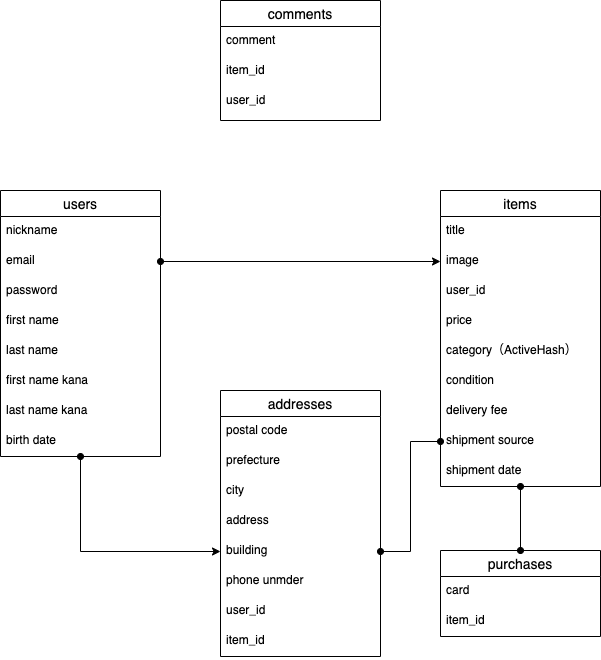
This is DBER.drawio.png from yasumasa-dev/furima-31136, a draw.io export, as it was before one commit. Source tidied: cells renumbered, new cells last; positions are measured from the earlier drawing's top-left corner, leaving out a move shared by most shapes. Source of this version:
```xml
<mxGraphModel>
  <root>
    <mxCell id="0" />
    <mxCell id="1" parent="0" />
    <mxCell id="2" value="purchases" style="swimlane;fontStyle=0;horizontal=1;startSize=26;align=center;fontSize=14;" parent="1" vertex="1">
      <mxGeometry x="440" y="550" width="160" height="86" as="geometry" />
    </mxCell>
    <mxCell id="3" value="card" style="text;strokeColor=none;fillColor=none;spacingLeft=4;spacingRight=4;overflow=hidden;fontSize=12;" parent="2" vertex="1">
      <mxGeometry y="26" width="160" height="30" as="geometry" />
    </mxCell>
    <mxCell id="4" value="item_id" style="text;strokeColor=none;fillColor=none;spacingLeft=4;spacingRight=4;overflow=hidden;fontSize=12;" parent="2" vertex="1">
      <mxGeometry y="56" width="160" height="30" as="geometry" />
    </mxCell>
    <mxCell id="5" style="edgeStyle=orthogonalEdgeStyle;rounded=0;jettySize=auto;html=1;entryX=0.5;entryY=0;entryDx=0;entryDy=0;endArrow=oval;endFill=1;startArrow=oval;startFill=1;" parent="1" edge="1" source="6" target="2">
      <mxGeometry relative="1" as="geometry" />
    </mxCell>
    <mxCell id="6" value="items" style="swimlane;fontStyle=0;horizontal=1;startSize=26;align=center;fontSize=14;" parent="1" vertex="1">
      <mxGeometry x="440" y="190" width="160" height="296" as="geometry" />
    </mxCell>
    <mxCell id="7" value="title" style="text;strokeColor=none;fillColor=none;spacingLeft=4;spacingRight=4;overflow=hidden;points=[[0,0.5],[1,0.5]];portConstraint=eastwest;fontSize=12;" parent="6" vertex="1">
      <mxGeometry y="26" width="160" height="30" as="geometry" />
    </mxCell>
    <mxCell id="8" value="image" style="text;strokeColor=none;fillColor=none;spacingLeft=4;spacingRight=4;overflow=hidden;points=[[0,0.5],[1,0.5]];portConstraint=eastwest;fontSize=12;" parent="6" vertex="1">
      <mxGeometry y="56" width="160" height="30" as="geometry" />
    </mxCell>
    <mxCell id="9" value="user_id" style="text;strokeColor=none;fillColor=none;spacingLeft=4;spacingRight=4;overflow=hidden;points=[[0,0.5],[1,0.5]];portConstraint=eastwest;fontSize=12;" parent="6" vertex="1">
      <mxGeometry y="86" width="160" height="30" as="geometry" />
    </mxCell>
    <mxCell id="10" value="price" style="text;strokeColor=none;fillColor=none;spacingLeft=4;spacingRight=4;overflow=hidden;fontSize=12;" parent="6" vertex="1">
      <mxGeometry y="116" width="160" height="30" as="geometry" />
    </mxCell>
    <mxCell id="11" value="category（ActiveHash）" style="text;strokeColor=none;fillColor=none;spacingLeft=4;spacingRight=4;overflow=hidden;fontSize=12;" parent="6" vertex="1">
      <mxGeometry y="146" width="160" height="30" as="geometry" />
    </mxCell>
    <mxCell id="12" value="condition" style="text;strokeColor=none;fillColor=none;spacingLeft=4;spacingRight=4;overflow=hidden;fontSize=12;" parent="6" vertex="1">
      <mxGeometry y="176" width="160" height="30" as="geometry" />
    </mxCell>
    <mxCell id="13" value="delivery fee" style="text;strokeColor=none;fillColor=none;spacingLeft=4;spacingRight=4;overflow=hidden;fontSize=12;" parent="6" vertex="1">
      <mxGeometry y="206" width="160" height="30" as="geometry" />
    </mxCell>
    <mxCell id="14" value="shipment source" style="text;strokeColor=none;fillColor=none;spacingLeft=4;spacingRight=4;overflow=hidden;points=[[0,0.5],[1,0.5]];portConstraint=eastwest;fontSize=12;" parent="6" vertex="1">
      <mxGeometry y="236" width="160" height="30" as="geometry" />
    </mxCell>
    <mxCell id="15" value="shipment date" style="text;strokeColor=none;fillColor=none;spacingLeft=4;spacingRight=4;overflow=hidden;fontSize=12;" parent="6" vertex="1">
      <mxGeometry y="266" width="160" height="30" as="geometry" />
    </mxCell>
    <mxCell id="16" style="edgeStyle=orthogonalEdgeStyle;rounded=0;jettySize=auto;html=1;entryX=0;entryY=0.5;entryDx=0;entryDy=0;startArrow=oval;startFill=1;" parent="1" edge="1" source="17" target="31">
      <mxGeometry relative="1" as="geometry" />
    </mxCell>
    <mxCell id="17" value="users" style="swimlane;fontStyle=0;horizontal=1;startSize=26;align=center;fontSize=14;" parent="1" vertex="1">
      <mxGeometry y="190" width="160" height="266" as="geometry" />
    </mxCell>
    <mxCell id="18" value="nickname" style="text;strokeColor=none;fillColor=none;spacingLeft=4;spacingRight=4;overflow=hidden;points=[[0,0.5],[1,0.5]];portConstraint=eastwest;fontSize=12;" parent="17" vertex="1">
      <mxGeometry y="26" width="160" height="30" as="geometry" />
    </mxCell>
    <mxCell id="19" value="email" style="text;strokeColor=none;fillColor=none;spacingLeft=4;spacingRight=4;overflow=hidden;points=[[0,0.5],[1,0.5]];portConstraint=eastwest;fontSize=12;" parent="17" vertex="1">
      <mxGeometry y="56" width="160" height="30" as="geometry" />
    </mxCell>
    <mxCell id="20" value="password" style="text;strokeColor=none;fillColor=none;spacingLeft=4;spacingRight=4;overflow=hidden;points=[[0,0.5],[1,0.5]];portConstraint=eastwest;fontSize=12;" parent="17" vertex="1">
      <mxGeometry y="86" width="160" height="30" as="geometry" />
    </mxCell>
    <mxCell id="21" value="first name" style="text;strokeColor=none;fillColor=none;spacingLeft=4;spacingRight=4;overflow=hidden;fontSize=12;" parent="17" vertex="1">
      <mxGeometry y="116" width="160" height="30" as="geometry" />
    </mxCell>
    <mxCell id="22" value="last name" style="text;strokeColor=none;fillColor=none;spacingLeft=4;spacingRight=4;overflow=hidden;fontSize=12;" parent="17" vertex="1">
      <mxGeometry y="146" width="160" height="30" as="geometry" />
    </mxCell>
    <mxCell id="23" value="first name kana" style="text;strokeColor=none;fillColor=none;spacingLeft=4;spacingRight=4;overflow=hidden;fontSize=12;fontStyle=0;" parent="17" vertex="1">
      <mxGeometry y="176" width="160" height="30" as="geometry" />
    </mxCell>
    <mxCell id="24" value="last name kana" style="text;strokeColor=none;fillColor=none;spacingLeft=4;spacingRight=4;overflow=hidden;fontSize=12;" parent="17" vertex="1">
      <mxGeometry y="206" width="160" height="30" as="geometry" />
    </mxCell>
    <mxCell id="25" value="birth date" style="text;strokeColor=none;fillColor=none;spacingLeft=4;spacingRight=4;overflow=hidden;fontSize=12;" parent="17" vertex="1">
      <mxGeometry y="236" width="160" height="30" as="geometry" />
    </mxCell>
    <mxCell id="26" value="addresses" style="swimlane;fontStyle=0;horizontal=1;startSize=26;align=center;fontSize=14;" parent="1" vertex="1">
      <mxGeometry x="220" y="390" width="160" height="266" as="geometry" />
    </mxCell>
    <mxCell id="27" value="postal code" style="text;strokeColor=none;fillColor=none;spacingLeft=4;spacingRight=4;overflow=hidden;fontSize=12;" parent="26" vertex="1">
      <mxGeometry y="26" width="160" height="30" as="geometry" />
    </mxCell>
    <mxCell id="28" value="prefecture" style="text;strokeColor=none;fillColor=none;spacingLeft=4;spacingRight=4;overflow=hidden;fontSize=12;" parent="26" vertex="1">
      <mxGeometry y="56" width="160" height="30" as="geometry" />
    </mxCell>
    <mxCell id="29" value="city" style="text;strokeColor=none;fillColor=none;spacingLeft=4;spacingRight=4;overflow=hidden;fontSize=12;" parent="26" vertex="1">
      <mxGeometry y="86" width="160" height="30" as="geometry" />
    </mxCell>
    <mxCell id="30" value="address" style="text;strokeColor=none;fillColor=none;spacingLeft=4;spacingRight=4;overflow=hidden;fontSize=12;" parent="26" vertex="1">
      <mxGeometry y="116" width="160" height="30" as="geometry" />
    </mxCell>
    <mxCell id="31" value="building" style="text;strokeColor=none;fillColor=none;spacingLeft=4;spacingRight=4;overflow=hidden;points=[[0,0.5],[1,0.5]];portConstraint=eastwest;fontSize=12;" parent="26" vertex="1">
      <mxGeometry y="146" width="160" height="30" as="geometry" />
    </mxCell>
    <mxCell id="32" value="phone unmder" style="text;strokeColor=none;fillColor=none;spacingLeft=4;spacingRight=4;overflow=hidden;fontSize=12;" parent="26" vertex="1">
      <mxGeometry y="176" width="160" height="30" as="geometry" />
    </mxCell>
    <mxCell id="33" value="user_id" style="text;strokeColor=none;fillColor=none;spacingLeft=4;spacingRight=4;overflow=hidden;fontSize=12;" parent="26" vertex="1">
      <mxGeometry y="206" width="160" height="30" as="geometry" />
    </mxCell>
    <mxCell id="34" value="item_id" style="text;strokeColor=none;fillColor=none;spacingLeft=4;spacingRight=4;overflow=hidden;fontSize=12;" parent="26" vertex="1">
      <mxGeometry y="236" width="160" height="30" as="geometry" />
    </mxCell>
    <mxCell id="35" value="comments" style="swimlane;fontStyle=0;horizontal=1;startSize=26;align=center;fontSize=14;" parent="1" vertex="1">
      <mxGeometry x="220" width="160" height="120" as="geometry" />
    </mxCell>
    <mxCell id="36" value="comment" style="text;strokeColor=none;fillColor=none;spacingLeft=4;spacingRight=4;overflow=hidden;fontSize=12;" parent="35" vertex="1">
      <mxGeometry y="26" width="160" height="30" as="geometry" />
    </mxCell>
    <mxCell id="37" value="item_id" style="text;strokeColor=none;fillColor=none;spacingLeft=4;spacingRight=4;overflow=hidden;fontSize=12;" parent="35" vertex="1">
      <mxGeometry y="56" width="160" height="30" as="geometry" />
    </mxCell>
    <mxCell id="38" value="user_id" style="text;strokeColor=none;fillColor=none;spacingLeft=4;spacingRight=4;overflow=hidden;fontSize=12;" parent="35" vertex="1">
      <mxGeometry y="86" width="160" height="34" as="geometry" />
    </mxCell>
    <mxCell id="39" style="edgeStyle=orthogonalEdgeStyle;rounded=0;jettySize=auto;html=1;exitX=1;exitY=0.5;exitDx=0;exitDy=0;entryX=0;entryY=0.5;entryDx=0;entryDy=0;startArrow=oval;startFill=1;" parent="1" edge="1" source="19" target="8">
      <mxGeometry relative="1" as="geometry" />
    </mxCell>
    <mxCell id="40" style="edgeStyle=orthogonalEdgeStyle;rounded=0;jettySize=auto;html=1;exitX=0;exitY=0.5;exitDx=0;exitDy=0;entryX=1;entryY=0.5;entryDx=0;entryDy=0;endArrow=oval;endFill=1;startArrow=oval;startFill=1;" parent="1" edge="1" source="14" target="31">
      <mxGeometry relative="1" as="geometry" />
    </mxCell>
  </root>
</mxGraphModel>
```
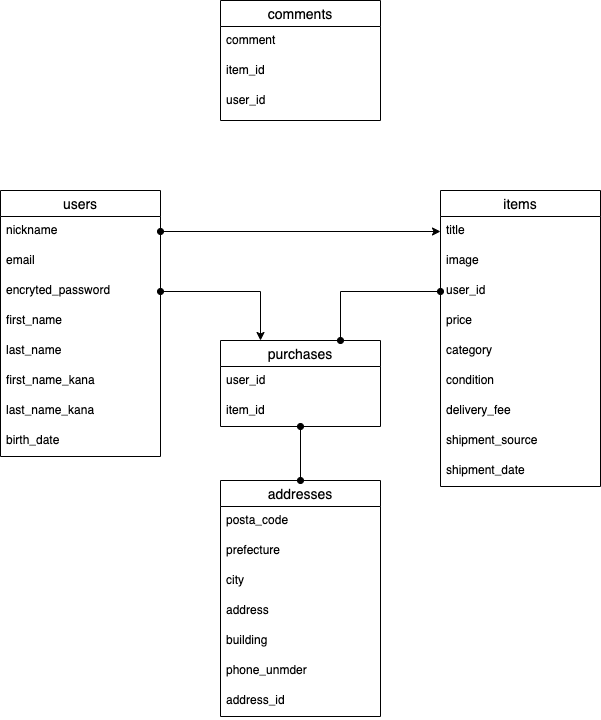
The same diagram one commit later.

Commit message:
コードレビューの修正

Change to the diagram source:
```diff
@@ -2,18 +2,39 @@
   <root>
     <mxCell id="0" />
     <mxCell id="1" parent="0" />
+    <mxCell id="26" value="addresses" style="swimlane;fontStyle=0;horizontal=1;startSize=26;align=center;fontSize=14;" parent="1" vertex="1">
+      <mxGeometry x="220" y="480" width="160" height="236" as="geometry" />
+    </mxCell>
+    <mxCell id="27" value="posta_code" style="text;strokeColor=none;fillColor=none;spacingLeft=4;spacingRight=4;overflow=hidden;fontSize=12;" parent="26" vertex="1">
+      <mxGeometry y="26" width="160" height="30" as="geometry" />
+    </mxCell>
+    <mxCell id="28" value="prefecture" style="text;strokeColor=none;fillColor=none;spacingLeft=4;spacingRight=4;overflow=hidden;fontSize=12;" parent="26" vertex="1">
+      <mxGeometry y="56" width="160" height="30" as="geometry" />
+    </mxCell>
+    <mxCell id="29" value="city" style="text;strokeColor=none;fillColor=none;spacingLeft=4;spacingRight=4;overflow=hidden;fontSize=12;" parent="26" vertex="1">
+      <mxGeometry y="86" width="160" height="30" as="geometry" />
+    </mxCell>
+    <mxCell id="30" value="address" style="text;strokeColor=none;fillColor=none;spacingLeft=4;spacingRight=4;overflow=hidden;fontSize=12;" parent="26" vertex="1">
+      <mxGeometry y="116" width="160" height="30" as="geometry" />
+    </mxCell>
+    <mxCell id="31" value="building" style="text;strokeColor=none;fillColor=none;spacingLeft=4;spacingRight=4;overflow=hidden;points=[[0,0.5],[1,0.5]];portConstraint=eastwest;fontSize=12;" parent="26" vertex="1">
+      <mxGeometry y="146" width="160" height="30" as="geometry" />
+    </mxCell>
+    <mxCell id="32" value="phone_unmder" style="text;strokeColor=none;fillColor=none;spacingLeft=4;spacingRight=4;overflow=hidden;fontSize=12;" parent="26" vertex="1">
+      <mxGeometry y="176" width="160" height="30" as="geometry" />
+    </mxCell>
+    <mxCell id="33" value="address_id" style="text;strokeColor=none;fillColor=none;spacingLeft=4;spacingRight=4;overflow=hidden;fontSize=12;" parent="26" vertex="1">
+      <mxGeometry y="206" width="160" height="30" as="geometry" />
+    </mxCell>
     <mxCell id="2" value="purchases" style="swimlane;fontStyle=0;horizontal=1;startSize=26;align=center;fontSize=14;" parent="1" vertex="1">
-      <mxGeometry x="440" y="550" width="160" height="86" as="geometry" />
+      <mxGeometry x="220" y="340" width="160" height="86" as="geometry" />
     </mxCell>
-    <mxCell id="3" value="card" style="text;strokeColor=none;fillColor=none;spacingLeft=4;spacingRight=4;overflow=hidden;fontSize=12;" parent="2" vertex="1">
+    <mxCell id="3" value="user_id" style="text;strokeColor=none;fillColor=none;spacingLeft=4;spacingRight=4;overflow=hidden;fontSize=12;" parent="2" vertex="1">
       <mxGeometry y="26" width="160" height="30" as="geometry" />
     </mxCell>
     <mxCell id="4" value="item_id" style="text;strokeColor=none;fillColor=none;spacingLeft=4;spacingRight=4;overflow=hidden;fontSize=12;" parent="2" vertex="1">
       <mxGeometry y="56" width="160" height="30" as="geometry" />
     </mxCell>
-    <mxCell id="5" style="edgeStyle=orthogonalEdgeStyle;rounded=0;jettySize=auto;html=1;entryX=0.5;entryY=0;entryDx=0;entryDy=0;endArrow=oval;endFill=1;startArrow=oval;startFill=1;" parent="1" edge="1" source="6" target="2">
-      <mxGeometry relative="1" as="geometry" />
-    </mxCell>
     <mxCell id="6" value="items" style="swimlane;fontStyle=0;horizontal=1;startSize=26;align=center;fontSize=14;" parent="1" vertex="1">
       <mxGeometry x="440" y="190" width="160" height="296" as="geometry" />
     </mxCell>
@@ -29,24 +50,21 @@
     <mxCell id="10" value="price" style="text;strokeColor=none;fillColor=none;spacingLeft=4;spacingRight=4;overflow=hidden;fontSize=12;" parent="6" vertex="1">
       <mxGeometry y="116" width="160" height="30" as="geometry" />
     </mxCell>
-    <mxCell id="11" value="category（ActiveHash）" style="text;strokeColor=none;fillColor=none;spacingLeft=4;spacingRight=4;overflow=hidden;fontSize=12;" parent="6" vertex="1">
+    <mxCell id="11" value="category" style="text;strokeColor=none;fillColor=none;spacingLeft=4;spacingRight=4;overflow=hidden;fontSize=12;" parent="6" vertex="1">
       <mxGeometry y="146" width="160" height="30" as="geometry" />
     </mxCell>
     <mxCell id="12" value="condition" style="text;strokeColor=none;fillColor=none;spacingLeft=4;spacingRight=4;overflow=hidden;fontSize=12;" parent="6" vertex="1">
       <mxGeometry y="176" width="160" height="30" as="geometry" />
     </mxCell>
-    <mxCell id="13" value="delivery fee" style="text;strokeColor=none;fillColor=none;spacingLeft=4;spacingRight=4;overflow=hidden;fontSize=12;" parent="6" vertex="1">
+    <mxCell id="13" value="delivery_fee" style="text;strokeColor=none;fillColor=none;spacingLeft=4;spacingRight=4;overflow=hidden;fontSize=12;" parent="6" vertex="1">
       <mxGeometry y="206" width="160" height="30" as="geometry" />
     </mxCell>
-    <mxCell id="14" value="shipment source" style="text;strokeColor=none;fillColor=none;spacingLeft=4;spacingRight=4;overflow=hidden;points=[[0,0.5],[1,0.5]];portConstraint=eastwest;fontSize=12;" parent="6" vertex="1">
+    <mxCell id="14" value="shipment_source" style="text;strokeColor=none;fillColor=none;spacingLeft=4;spacingRight=4;overflow=hidden;points=[[0,0.5],[1,0.5]];portConstraint=eastwest;fontSize=12;" parent="6" vertex="1">
       <mxGeometry y="236" width="160" height="30" as="geometry" />
     </mxCell>
-    <mxCell id="15" value="shipment date" style="text;strokeColor=none;fillColor=none;spacingLeft=4;spacingRight=4;overflow=hidden;fontSize=12;" parent="6" vertex="1">
+    <mxCell id="15" value="shipment_date" style="text;strokeColor=none;fillColor=none;spacingLeft=4;spacingRight=4;overflow=hidden;fontSize=12;" parent="6" vertex="1">
       <mxGeometry y="266" width="160" height="30" as="geometry" />
     </mxCell>
-    <mxCell id="16" style="edgeStyle=orthogonalEdgeStyle;rounded=0;jettySize=auto;html=1;entryX=0;entryY=0.5;entryDx=0;entryDy=0;startArrow=oval;startFill=1;" parent="1" edge="1" source="17" target="31">
-      <mxGeometry relative="1" as="geometry" />
-    </mxCell>
     <mxCell id="17" value="users" style="swimlane;fontStyle=0;horizontal=1;startSize=26;align=center;fontSize=14;" parent="1" vertex="1">
       <mxGeometry y="190" width="160" height="266" as="geometry" />
     </mxCell>
@@ -56,51 +74,24 @@
     <mxCell id="19" value="email" style="text;strokeColor=none;fillColor=none;spacingLeft=4;spacingRight=4;overflow=hidden;points=[[0,0.5],[1,0.5]];portConstraint=eastwest;fontSize=12;" parent="17" vertex="1">
       <mxGeometry y="56" width="160" height="30" as="geometry" />
     </mxCell>
-    <mxCell id="20" value="password" style="text;strokeColor=none;fillColor=none;spacingLeft=4;spacingRight=4;overflow=hidden;points=[[0,0.5],[1,0.5]];portConstraint=eastwest;fontSize=12;" parent="17" vertex="1">
+    <mxCell id="20" value="encryted_password" style="text;strokeColor=none;fillColor=none;spacingLeft=4;spacingRight=4;overflow=hidden;points=[[0,0.5],[1,0.5]];portConstraint=eastwest;fontSize=12;" parent="17" vertex="1">
       <mxGeometry y="86" width="160" height="30" as="geometry" />
     </mxCell>
-    <mxCell id="21" value="first name" style="text;strokeColor=none;fillColor=none;spacingLeft=4;spacingRight=4;overflow=hidden;fontSize=12;" parent="17" vertex="1">
+    <mxCell id="21" value="first_name" style="text;strokeColor=none;fillColor=none;spacingLeft=4;spacingRight=4;overflow=hidden;fontSize=12;" parent="17" vertex="1">
       <mxGeometry y="116" width="160" height="30" as="geometry" />
     </mxCell>
-    <mxCell id="22" value="last name" style="text;strokeColor=none;fillColor=none;spacingLeft=4;spacingRight=4;overflow=hidden;fontSize=12;" parent="17" vertex="1">
+    <mxCell id="22" value="last_name" style="text;strokeColor=none;fillColor=none;spacingLeft=4;spacingRight=4;overflow=hidden;fontSize=12;" parent="17" vertex="1">
       <mxGeometry y="146" width="160" height="30" as="geometry" />
     </mxCell>
-    <mxCell id="23" value="first name kana" style="text;strokeColor=none;fillColor=none;spacingLeft=4;spacingRight=4;overflow=hidden;fontSize=12;fontStyle=0;" parent="17" vertex="1">
+    <mxCell id="23" value="first_name_kana" style="text;strokeColor=none;fillColor=none;spacingLeft=4;spacingRight=4;overflow=hidden;fontSize=12;fontStyle=0;" parent="17" vertex="1">
       <mxGeometry y="176" width="160" height="30" as="geometry" />
     </mxCell>
-    <mxCell id="24" value="last name kana" style="text;strokeColor=none;fillColor=none;spacingLeft=4;spacingRight=4;overflow=hidden;fontSize=12;" parent="17" vertex="1">
+    <mxCell id="24" value="last_name_kana" style="text;strokeColor=none;fillColor=none;spacingLeft=4;spacingRight=4;overflow=hidden;fontSize=12;" parent="17" vertex="1">
       <mxGeometry y="206" width="160" height="30" as="geometry" />
     </mxCell>
-    <mxCell id="25" value="birth date" style="text;strokeColor=none;fillColor=none;spacingLeft=4;spacingRight=4;overflow=hidden;fontSize=12;" parent="17" vertex="1">
+    <mxCell id="25" value="birth_date" style="text;strokeColor=none;fillColor=none;spacingLeft=4;spacingRight=4;overflow=hidden;fontSize=12;" parent="17" vertex="1">
       <mxGeometry y="236" width="160" height="30" as="geometry" />
     </mxCell>
-    <mxCell id="26" value="addresses" style="swimlane;fontStyle=0;horizontal=1;startSize=26;align=center;fontSize=14;" parent="1" vertex="1">
-      <mxGeometry x="220" y="390" width="160" height="266" as="geometry" />
-    </mxCell>
-    <mxCell id="27" value="postal code" style="text;strokeColor=none;fillColor=none;spacingLeft=4;spacingRight=4;overflow=hidden;fontSize=12;" parent="26" vertex="1">
-      <mxGeometry y="26" width="160" height="30" as="geometry" />
-    </mxCell>
-    <mxCell id="28" value="prefecture" style="text;strokeColor=none;fillColor=none;spacingLeft=4;spacingRight=4;overflow=hidden;fontSize=12;" parent="26" vertex="1">
-      <mxGeometry y="56" width="160" height="30" as="geometry" />
-    </mxCell>
-    <mxCell id="29" value="city" style="text;strokeColor=none;fillColor=none;spacingLeft=4;spacingRight=4;overflow=hidden;fontSize=12;" parent="26" vertex="1">
-      <mxGeometry y="86" width="160" height="30" as="geometry" />
-    </mxCell>
-    <mxCell id="30" value="address" style="text;strokeColor=none;fillColor=none;spacingLeft=4;spacingRight=4;overflow=hidden;fontSize=12;" parent="26" vertex="1">
-      <mxGeometry y="116" width="160" height="30" as="geometry" />
-    </mxCell>
-    <mxCell id="31" value="building" style="text;strokeColor=none;fillColor=none;spacingLeft=4;spacingRight=4;overflow=hidden;points=[[0,0.5],[1,0.5]];portConstraint=eastwest;fontSize=12;" parent="26" vertex="1">
-      <mxGeometry y="146" width="160" height="30" as="geometry" />
-    </mxCell>
-    <mxCell id="32" value="phone unmder" style="text;strokeColor=none;fillColor=none;spacingLeft=4;spacingRight=4;overflow=hidden;fontSize=12;" parent="26" vertex="1">
-      <mxGeometry y="176" width="160" height="30" as="geometry" />
-    </mxCell>
-    <mxCell id="33" value="user_id" style="text;strokeColor=none;fillColor=none;spacingLeft=4;spacingRight=4;overflow=hidden;fontSize=12;" parent="26" vertex="1">
-      <mxGeometry y="206" width="160" height="30" as="geometry" />
-    </mxCell>
-    <mxCell id="34" value="item_id" style="text;strokeColor=none;fillColor=none;spacingLeft=4;spacingRight=4;overflow=hidden;fontSize=12;" parent="26" vertex="1">
-      <mxGeometry y="236" width="160" height="30" as="geometry" />
-    </mxCell>
     <mxCell id="35" value="comments" style="swimlane;fontStyle=0;horizontal=1;startSize=26;align=center;fontSize=14;" parent="1" vertex="1">
       <mxGeometry x="220" width="160" height="120" as="geometry" />
     </mxCell>
@@ -113,11 +104,17 @@
     <mxCell id="38" value="user_id" style="text;strokeColor=none;fillColor=none;spacingLeft=4;spacingRight=4;overflow=hidden;fontSize=12;" parent="35" vertex="1">
       <mxGeometry y="86" width="160" height="34" as="geometry" />
     </mxCell>
-    <mxCell id="39" style="edgeStyle=orthogonalEdgeStyle;rounded=0;jettySize=auto;html=1;exitX=1;exitY=0.5;exitDx=0;exitDy=0;entryX=0;entryY=0.5;entryDx=0;entryDy=0;startArrow=oval;startFill=1;" parent="1" edge="1" source="19" target="8">
-      <mxGeometry relative="1" as="geometry" />
-    </mxCell>
-    <mxCell id="40" style="edgeStyle=orthogonalEdgeStyle;rounded=0;jettySize=auto;html=1;exitX=0;exitY=0.5;exitDx=0;exitDy=0;entryX=1;entryY=0.5;entryDx=0;entryDy=0;endArrow=oval;endFill=1;startArrow=oval;startFill=1;" parent="1" edge="1" source="14" target="31">
-      <mxGeometry relative="1" as="geometry" />
-    </mxCell>
+    <mxCell id="41" style="edgeStyle=orthogonalEdgeStyle;rounded=0;jettySize=auto;html=1;exitX=0.75;exitY=0;exitDx=0;exitDy=0;entryX=0;entryY=0.5;entryDx=0;entryDy=0;startArrow=oval;startFill=1;endArrow=oval;endFill=1;" parent="1" edge="1" source="2" target="9">
+      <mxGeometry relative="1" as="geometry" />
+    </mxCell>
+    <mxCell id="42" style="edgeStyle=orthogonalEdgeStyle;rounded=0;jettySize=auto;html=1;entryX=0.5;entryY=0;entryDx=0;entryDy=0;startArrow=oval;startFill=1;endArrow=oval;endFill=1;" parent="1" edge="1" source="2" target="26">
+      <mxGeometry relative="1" as="geometry" />
+    </mxCell>
+    <mxCell id="43" style="edgeStyle=orthogonalEdgeStyle;rounded=0;jettySize=auto;html=1;exitX=1;exitY=0.5;exitDx=0;exitDy=0;entryX=0;entryY=0.5;entryDx=0;entryDy=0;startArrow=oval;startFill=1;endArrow=classic;endFill=1;" parent="1" edge="1" source="18" target="7">
+      <mxGeometry relative="1" as="geometry" />
+    </mxCell>
+    <mxCell id="44" style="edgeStyle=orthogonalEdgeStyle;rounded=0;jettySize=auto;html=1;exitX=1;exitY=0.5;exitDx=0;exitDy=0;entryX=0.25;entryY=0;entryDx=0;entryDy=0;startArrow=oval;startFill=1;endArrow=classic;endFill=1;" parent="1" edge="1" source="20" target="2">
+      <mxGeometry relative="1" as="geometry" />
+    </mxCell>
   </root>
 </mxGraphModel>
```
